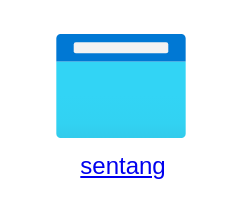
chavp/DataModeling keeps this draw.io diagram as docs/draw/Travel Platform.drawio. Above is the earlier version. Source tidied: cells renumbered, new cells numbered last; positions are measured from the earlier drawing's top-left corner, leaving out a move shared by most shapes. Both pictures are drawn from the tidied source at 200%, with x=0, y=0 at pixel (56, 34).
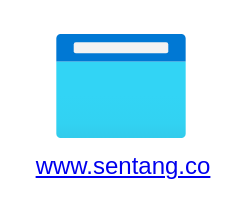
Above is the later version.

What changed in the source:
```diff
@@
 <mxGraphModel>
   <root>
     <mxCell id="0" />
     <mxCell id="1" parent="0" />
-    <mxCell id="2" value="&lt;a href=&quot;https://www.sentang.co/&quot;&gt;sentang&lt;/a&gt;" style="image;html=1;align=center;fontSize=12;image=img/lib/azure2/general/Browser.svg;" parent="1" vertex="1">
+    <mxCell id="2" value="&lt;a href=&quot;https://www.sentang.co/&quot;&gt;www.sentang.co&lt;/a&gt;" style="image;html=1;align=center;fontSize=12;image=img/lib/azure2/general/Browser.svg;" parent="1" vertex="1">
       <mxGeometry width="65" height="52" as="geometry" />
     </mxCell>
   </root>
 </mxGraphModel>
```
